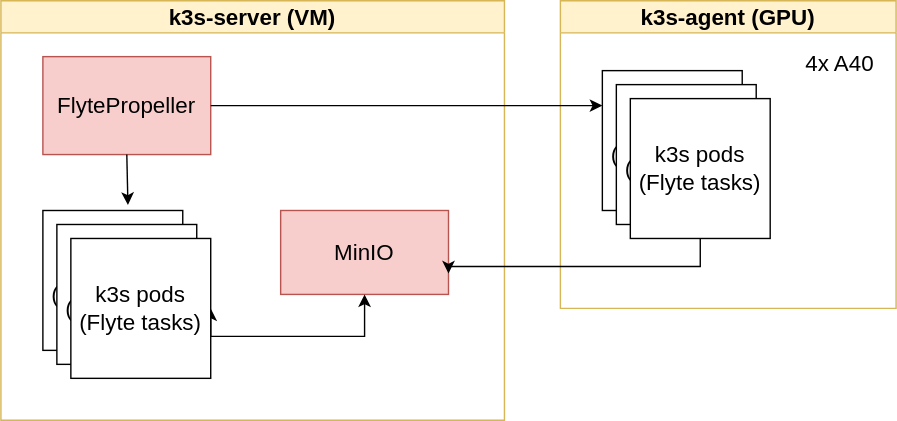
This is images/flyte-test-setup.svg from BerndDoser/ML-workflow-orchestration, a draw.io export, as it was before one commit. Source tidied: cells renumbered, new cells last; positions are measured from the earlier drawing's top-left corner, leaving out a move shared by most shapes. Its diagram source:
```xml
<mxGraphModel>
  <root>
    <mxCell id="0" />
    <mxCell id="1" parent="0" />
    <mxCell id="2" value="k3s-server (VM)" style="swimlane;whiteSpace=wrap;html=1;fillColor=#fff2cc;strokeColor=#d6b656;fontSize=16;" parent="1" vertex="1">
      <mxGeometry width="360" height="300" as="geometry" />
    </mxCell>
    <mxCell id="3" value="FlytePropeller" style="rounded=0;whiteSpace=wrap;html=1;fillColor=#f8cecc;strokeColor=#b85450;fontSize=16;" parent="2" vertex="1">
      <mxGeometry x="30" y="40" width="120" height="70" as="geometry" />
    </mxCell>
    <mxCell id="4" value="MinIO" style="rounded=0;whiteSpace=wrap;html=1;fillColor=#f8cecc;strokeColor=#b85450;fontSize=16;" parent="2" vertex="1">
      <mxGeometry x="200" y="150" width="120" height="60" as="geometry" />
    </mxCell>
    <mxCell id="5" value="k3s pods&lt;div style=&quot;font-size: 16px;&quot;&gt;(Flyte tasks)&lt;/div&gt;" style="whiteSpace=wrap;html=1;fontSize=16;" parent="2" vertex="1">
      <mxGeometry x="30" y="150" width="100" height="100" as="geometry" />
    </mxCell>
    <mxCell id="6" value="k3s pods&lt;div style=&quot;font-size: 16px;&quot;&gt;(Flyte tasks)&lt;/div&gt;" style="whiteSpace=wrap;html=1;fontSize=16;" parent="2" vertex="1">
      <mxGeometry x="40" y="160" width="100" height="100" as="geometry" />
    </mxCell>
    <mxCell id="7" style="edgeStyle=orthogonalEdgeStyle;rounded=0;jettySize=auto;html=1;exitX=1;exitY=0.5;exitDx=0;exitDy=0;entryX=0.5;entryY=1;entryDx=0;entryDy=0;endArrow=classic;endFill=1;startArrow=classic;startFill=1;" parent="2" edge="1" source="8" target="4">
      <mxGeometry relative="1" as="geometry">
        <Array as="points">
          <mxPoint x="150" y="240" />
          <mxPoint x="260" y="240" />
        </Array>
      </mxGeometry>
    </mxCell>
    <mxCell id="8" value="k3s pods&lt;div style=&quot;font-size: 16px;&quot;&gt;(Flyte tasks)&lt;/div&gt;" style="whiteSpace=wrap;html=1;fontSize=16;" parent="2" vertex="1">
      <mxGeometry x="50" y="170" width="100" height="100" as="geometry" />
    </mxCell>
    <mxCell id="9" style="edgeStyle=orthogonalEdgeStyle;rounded=0;jettySize=auto;html=1;exitX=0.5;exitY=1;exitDx=0;exitDy=0;entryX=0.608;entryY=-0.04;entryDx=0;entryDy=0;entryPerimeter=0;" parent="2" edge="1" source="3" target="5">
      <mxGeometry relative="1" as="geometry" />
    </mxCell>
    <mxCell id="10" value="k3s-agent (GPU)" style="swimlane;whiteSpace=wrap;html=1;fillColor=#fff2cc;strokeColor=#d6b656;fontSize=16;" parent="1" vertex="1">
      <mxGeometry x="400" width="240" height="220" as="geometry" />
    </mxCell>
    <mxCell id="11" value="k3s pods&lt;div style=&quot;font-size: 16px;&quot;&gt;(Flyte tasks)&lt;/div&gt;" style="whiteSpace=wrap;html=1;fontSize=16;" parent="10" vertex="1">
      <mxGeometry x="30" y="50" width="100" height="100" as="geometry" />
    </mxCell>
    <mxCell id="12" value="k3s pods&lt;div style=&quot;font-size: 16px;&quot;&gt;(Flyte tasks)&lt;/div&gt;" style="whiteSpace=wrap;html=1;fontSize=16;" parent="10" vertex="1">
      <mxGeometry x="40" y="60" width="100" height="100" as="geometry" />
    </mxCell>
    <mxCell id="13" value="k3s pods&lt;div style=&quot;font-size: 16px;&quot;&gt;(Flyte tasks)&lt;/div&gt;" style="whiteSpace=wrap;html=1;fontSize=16;" parent="10" vertex="1">
      <mxGeometry x="50" y="70" width="100" height="100" as="geometry" />
    </mxCell>
    <mxCell id="14" value="4x A40" style="text;html=1;align=center;verticalAlign=middle;whiteSpace=wrap;rounded=0;fontSize=16;" parent="10" vertex="1">
      <mxGeometry x="170" y="30" width="60" height="30" as="geometry" />
    </mxCell>
    <mxCell id="15" style="edgeStyle=orthogonalEdgeStyle;rounded=0;jettySize=auto;html=1;exitX=1;exitY=0.5;exitDx=0;exitDy=0;entryX=0;entryY=0.25;entryDx=0;entryDy=0;" parent="1" edge="1" source="3" target="11">
      <mxGeometry relative="1" as="geometry" />
    </mxCell>
    <mxCell id="16" style="edgeStyle=orthogonalEdgeStyle;rounded=0;jettySize=auto;html=1;exitX=0.5;exitY=1;exitDx=0;exitDy=0;entryX=1;entryY=0.75;entryDx=0;entryDy=0;" parent="1" edge="1" source="13" target="4">
      <mxGeometry relative="1" as="geometry">
        <Array as="points">
          <mxPoint x="500" y="190" />
          <mxPoint x="320" y="190" />
        </Array>
      </mxGeometry>
    </mxCell>
  </root>
</mxGraphModel>
```
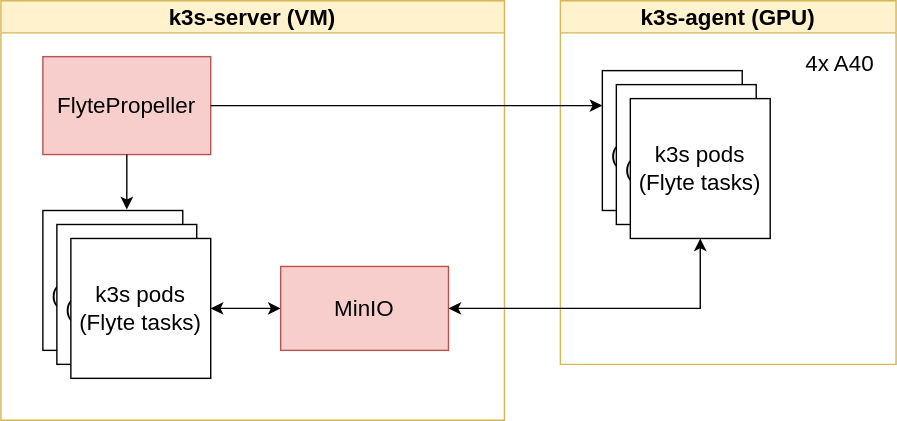
The same diagram one commit later.

What changed in the source:
```diff
@@ -8,8 +8,11 @@
     <mxCell id="3" value="FlytePropeller" style="rounded=0;whiteSpace=wrap;html=1;fillColor=#f8cecc;strokeColor=#b85450;fontSize=16;" parent="2" vertex="1">
       <mxGeometry x="30" y="40" width="120" height="70" as="geometry" />
     </mxCell>
+    <mxCell id="17" style="edgeStyle=orthogonalEdgeStyle;rounded=0;jettySize=auto;html=1;exitX=0;exitY=0.5;exitDx=0;exitDy=0;entryX=1;entryY=0.5;entryDx=0;entryDy=0;startArrow=classic;startFill=1;" parent="2" edge="1" source="4" target="8">
+      <mxGeometry relative="1" as="geometry" />
+    </mxCell>
     <mxCell id="4" value="MinIO" style="rounded=0;whiteSpace=wrap;html=1;fillColor=#f8cecc;strokeColor=#b85450;fontSize=16;" parent="2" vertex="1">
-      <mxGeometry x="200" y="150" width="120" height="60" as="geometry" />
+      <mxGeometry x="200" y="190" width="120" height="60" as="geometry" />
     </mxCell>
     <mxCell id="5" value="k3s pods&lt;div style=&quot;font-size: 16px;&quot;&gt;(Flyte tasks)&lt;/div&gt;" style="whiteSpace=wrap;html=1;fontSize=16;" parent="2" vertex="1">
       <mxGeometry x="30" y="150" width="100" height="100" as="geometry" />
@@ -17,22 +20,14 @@
     <mxCell id="6" value="k3s pods&lt;div style=&quot;font-size: 16px;&quot;&gt;(Flyte tasks)&lt;/div&gt;" style="whiteSpace=wrap;html=1;fontSize=16;" parent="2" vertex="1">
       <mxGeometry x="40" y="160" width="100" height="100" as="geometry" />
     </mxCell>
-    <mxCell id="7" style="edgeStyle=orthogonalEdgeStyle;rounded=0;jettySize=auto;html=1;exitX=1;exitY=0.5;exitDx=0;exitDy=0;entryX=0.5;entryY=1;entryDx=0;entryDy=0;endArrow=classic;endFill=1;startArrow=classic;startFill=1;" parent="2" edge="1" source="8" target="4">
-      <mxGeometry relative="1" as="geometry">
-        <Array as="points">
-          <mxPoint x="150" y="240" />
-          <mxPoint x="260" y="240" />
-        </Array>
-      </mxGeometry>
-    </mxCell>
     <mxCell id="8" value="k3s pods&lt;div style=&quot;font-size: 16px;&quot;&gt;(Flyte tasks)&lt;/div&gt;" style="whiteSpace=wrap;html=1;fontSize=16;" parent="2" vertex="1">
       <mxGeometry x="50" y="170" width="100" height="100" as="geometry" />
     </mxCell>
-    <mxCell id="9" style="edgeStyle=orthogonalEdgeStyle;rounded=0;jettySize=auto;html=1;exitX=0.5;exitY=1;exitDx=0;exitDy=0;entryX=0.608;entryY=-0.04;entryDx=0;entryDy=0;entryPerimeter=0;" parent="2" edge="1" source="3" target="5">
+    <mxCell id="9" style="edgeStyle=orthogonalEdgeStyle;rounded=0;jettySize=auto;html=1;exitX=0.5;exitY=1;exitDx=0;exitDy=0;entryX=0.6;entryY=-0.008;entryDx=0;entryDy=0;entryPerimeter=0;" parent="2" edge="1" source="3" target="5">
       <mxGeometry relative="1" as="geometry" />
     </mxCell>
     <mxCell id="10" value="k3s-agent (GPU)" style="swimlane;whiteSpace=wrap;html=1;fillColor=#fff2cc;strokeColor=#d6b656;fontSize=16;" parent="1" vertex="1">
-      <mxGeometry x="400" width="240" height="220" as="geometry" />
+      <mxGeometry x="400" width="240" height="260" as="geometry" />
     </mxCell>
     <mxCell id="11" value="k3s pods&lt;div style=&quot;font-size: 16px;&quot;&gt;(Flyte tasks)&lt;/div&gt;" style="whiteSpace=wrap;html=1;fontSize=16;" parent="10" vertex="1">
       <mxGeometry x="30" y="50" width="100" height="100" as="geometry" />
@@ -49,13 +44,8 @@
     <mxCell id="15" style="edgeStyle=orthogonalEdgeStyle;rounded=0;jettySize=auto;html=1;exitX=1;exitY=0.5;exitDx=0;exitDy=0;entryX=0;entryY=0.25;entryDx=0;entryDy=0;" parent="1" edge="1" source="3" target="11">
       <mxGeometry relative="1" as="geometry" />
     </mxCell>
-    <mxCell id="16" style="edgeStyle=orthogonalEdgeStyle;rounded=0;jettySize=auto;html=1;exitX=0.5;exitY=1;exitDx=0;exitDy=0;entryX=1;entryY=0.75;entryDx=0;entryDy=0;" parent="1" edge="1" source="13" target="4">
-      <mxGeometry relative="1" as="geometry">
-        <Array as="points">
-          <mxPoint x="500" y="190" />
-          <mxPoint x="320" y="190" />
-        </Array>
-      </mxGeometry>
+    <mxCell id="16" style="edgeStyle=orthogonalEdgeStyle;rounded=0;jettySize=auto;html=1;exitX=0.5;exitY=1;exitDx=0;exitDy=0;entryX=1;entryY=0.5;entryDx=0;entryDy=0;startArrow=classic;startFill=1;" parent="1" edge="1" source="13" target="4">
+      <mxGeometry relative="1" as="geometry" />
     </mxCell>
   </root>
 </mxGraphModel>
```
